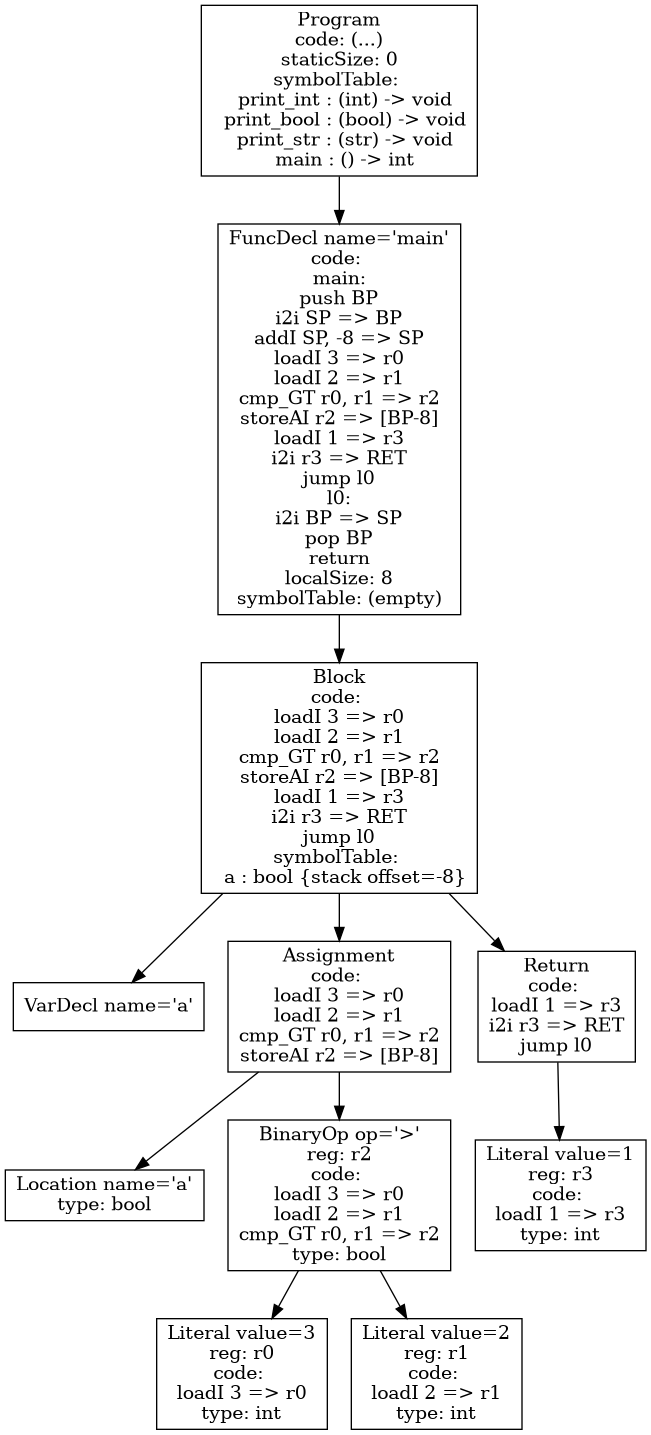
Before: p4-codegen/iloc-tree.png, a diagram exported from Graphviz (purejerome/cs432_project). Its source is kept beside it as p4-codegen/iloc-tree.dot.
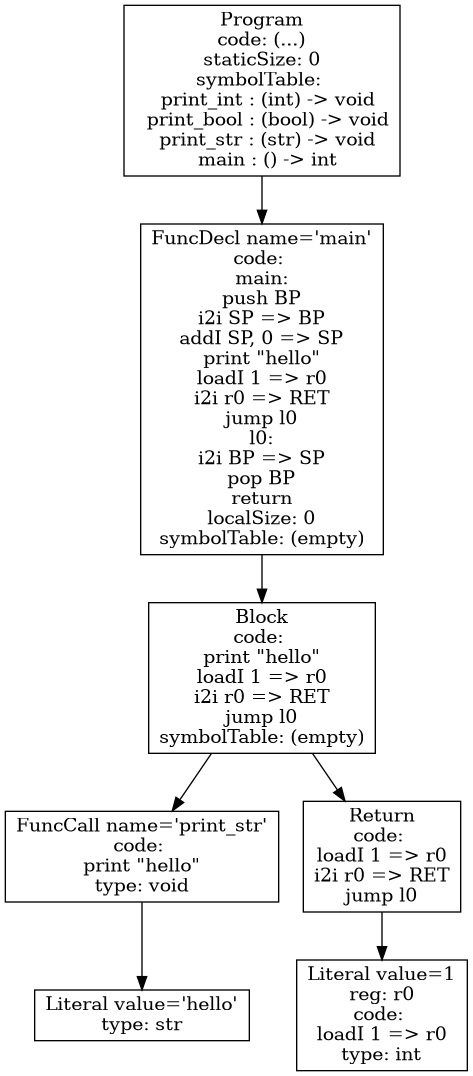
After the change.

The edit, as a diff of the source:
```diff
@@ -1,22 +1,14 @@
 digraph AST {
-3 [shape=box, label="VarDecl name='a'"];
-5 [shape=box, label="Location name='a'\ntype: bool"];
-7 [shape=box, label="Literal value=3\nreg: r0\ncode: \nloadI 3 => r0\ntype: int"];
-8 [shape=box, label="Literal value=2\nreg: r1\ncode: \nloadI 2 => r1\ntype: int"];
-6 [shape=box, label="BinaryOp op='>'\nreg: r2\ncode: \nloadI 3 => r0\nloadI 2 => r1\ncmp_GT r0, r1 => r2\ntype: bool"];
-6 -> 7;
-6 -> 8;
-4 [shape=box, label="Assignment\ncode: \nloadI 3 => r0\nloadI 2 => r1\ncmp_GT r0, r1 => r2\nstoreAI r2 => [BP-8]"];
-4 -> 5;
-4 -> 6;
-10 [shape=box, label="Literal value=1\nreg: r3\ncode: \nloadI 1 => r3\ntype: int"];
-9 [shape=box, label="Return\ncode: \nloadI 1 => r3\ni2i r3 => RET\njump l0"];
-9 -> 10;
-2 [shape=box, label="Block\ncode: \nloadI 3 => r0\nloadI 2 => r1\ncmp_GT r0, r1 => r2\nstoreAI r2 => [BP-8]\nloadI 1 => r3\ni2i r3 => RET\njump l0\nsymbolTable: \n  a : bool {stack offset=-8}"];
+4 [shape=box, label="Literal value='hello'\ntype: str"];
+3 [shape=box, label="FuncCall name='print_str'\ncode: \nprint \"hello\"\ntype: void"];
+3 -> 4;
+6 [shape=box, label="Literal value=1\nreg: r0\ncode: \nloadI 1 => r0\ntype: int"];
+5 [shape=box, label="Return\ncode: \nloadI 1 => r0\ni2i r0 => RET\njump l0"];
+5 -> 6;
+2 [shape=box, label="Block\ncode: \nprint \"hello\"\nloadI 1 => r0\ni2i r0 => RET\njump l0\nsymbolTable: (empty)"];
 2 -> 3;
-2 -> 4;
-2 -> 9;
-1 [shape=box, label="FuncDecl name='main'\ncode: \nmain:\npush BP\ni2i SP => BP\naddI SP, -8 => SP\nloadI 3 => r0\nloadI 2 => r1\ncmp_GT r0, r1 => r2\nstoreAI r2 => [BP-8]\nloadI 1 => r3\ni2i r3 => RET\njump l0\nl0:\ni2i BP => SP\npop BP\nreturn\nlocalSize: 8\nsymbolTable: (empty)"];
+2 -> 5;
+1 [shape=box, label="FuncDecl name='main'\ncode: \nmain:\npush BP\ni2i SP => BP\naddI SP, 0 => SP\nprint \"hello\"\nloadI 1 => r0\ni2i r0 => RET\njump l0\nl0:\ni2i BP => SP\npop BP\nreturn\nlocalSize: 0\nsymbolTable: (empty)"];
 1 -> 2;
 0 [shape=box, label="Program\ncode: (...)\nstaticSize: 0\nsymbolTable: \n  print_int : (int) -> void\n  print_bool : (bool) -> void\n  print_str : (str) -> void\n  main : () -> int"];
 0 -> 1;
```
